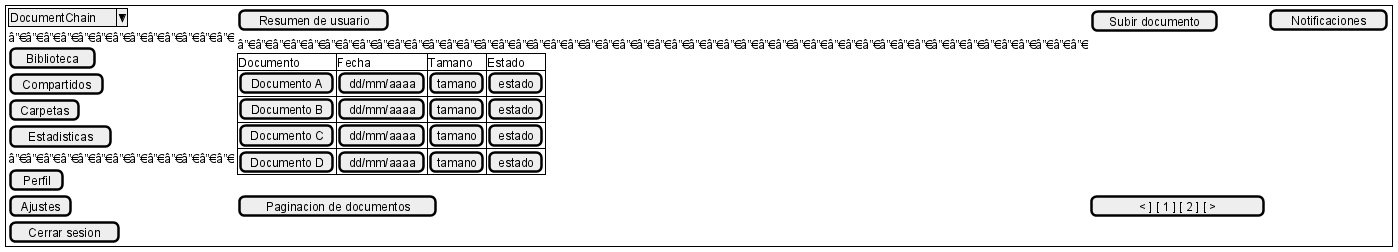
Above: anexos/diagramas/ui-dashboard.png in ErDeivih/DocumentChain (PlantUML), before the change.
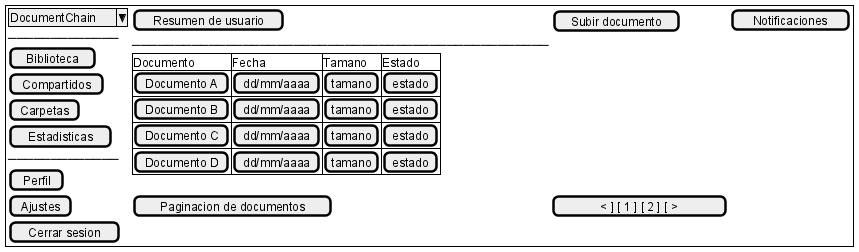
Later version of the same file.

What changed in the source:
```diff
@@ -3,19 +3,19 @@
   {
     {
       ^DocumentChain^
-      â”€â”€â”€â”€â”€â”€â”€â”€â”€â”€â”€â”€â”€
+      ─────────────
       [Biblioteca]
       [Compartidos]
       [Carpetas]
       [Estadisticas]
-      â”€â”€â”€â”€â”€â”€â”€â”€â”€â”€â”€â”€â”€
+      ─────────────
       [Perfil]
       [Ajustes]
       [Cerrar sesion]
     } |
     {
       [Resumen de usuario] | {  [Subir documento]  } |  [Notificaciones]
-      â”€â”€â”€â”€â”€â”€â”€â”€â”€â”€â”€â”€â”€â”€â”€â”€â”€â”€â”€â”€â”€â”€â”€â”€â”€â”€â”€â”€â”€â”€â”€â”€â”€â”€â”€â”€â”€â”€â”€â”€â”€â”€â”€â”€â”€â”€â”€â”€â”€
+      ─────────────────────────────────────────────────
       {#
         Documento | Fecha | Tamano | Estado
         [Documento A] | [dd/mm/aaaa] | [tamano] | [estado]
```
